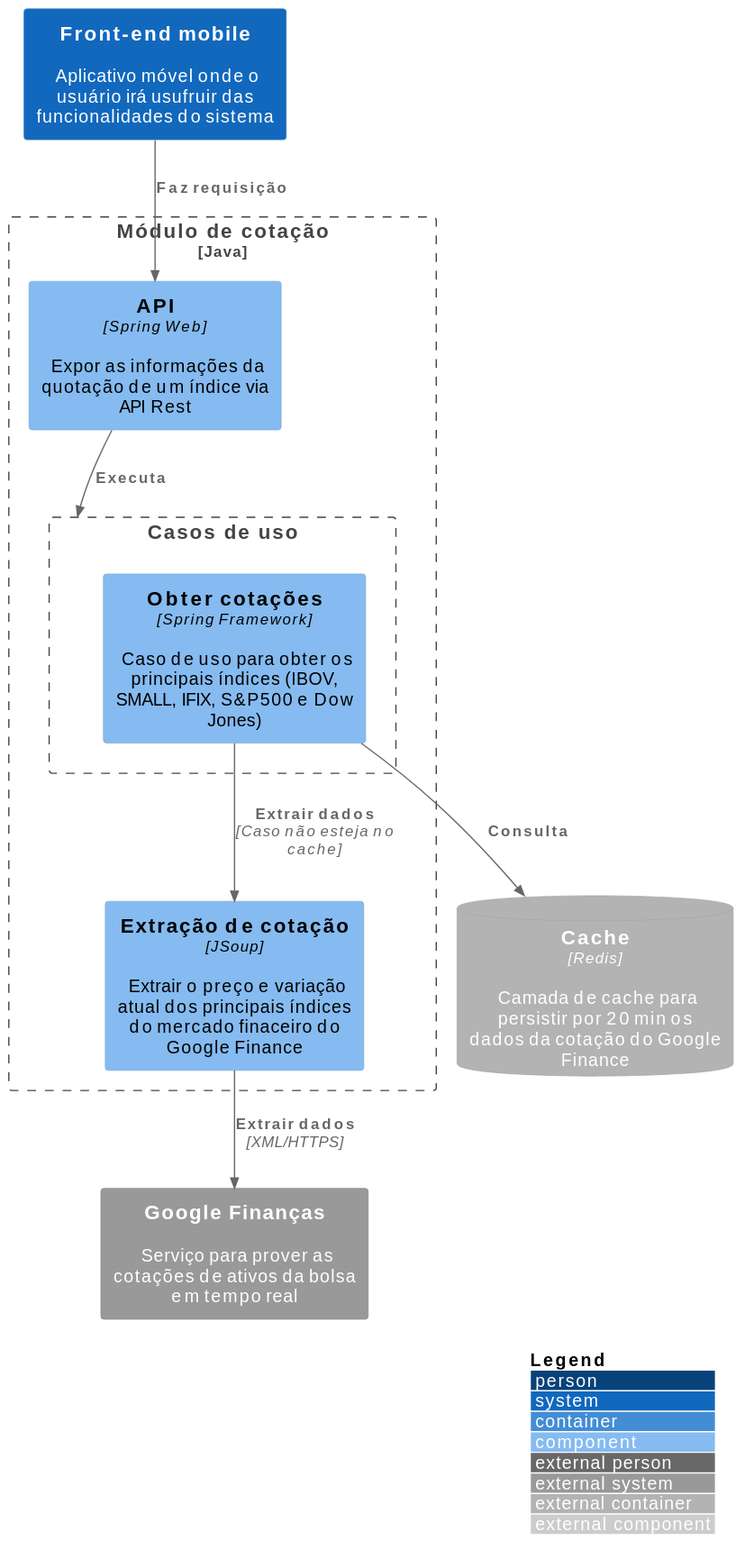
The PlantUML diagram C3 Components/Back-end/Módulo de cotação/Quotation Module.svg in Open-3A/3A-c4-model, before a commit.
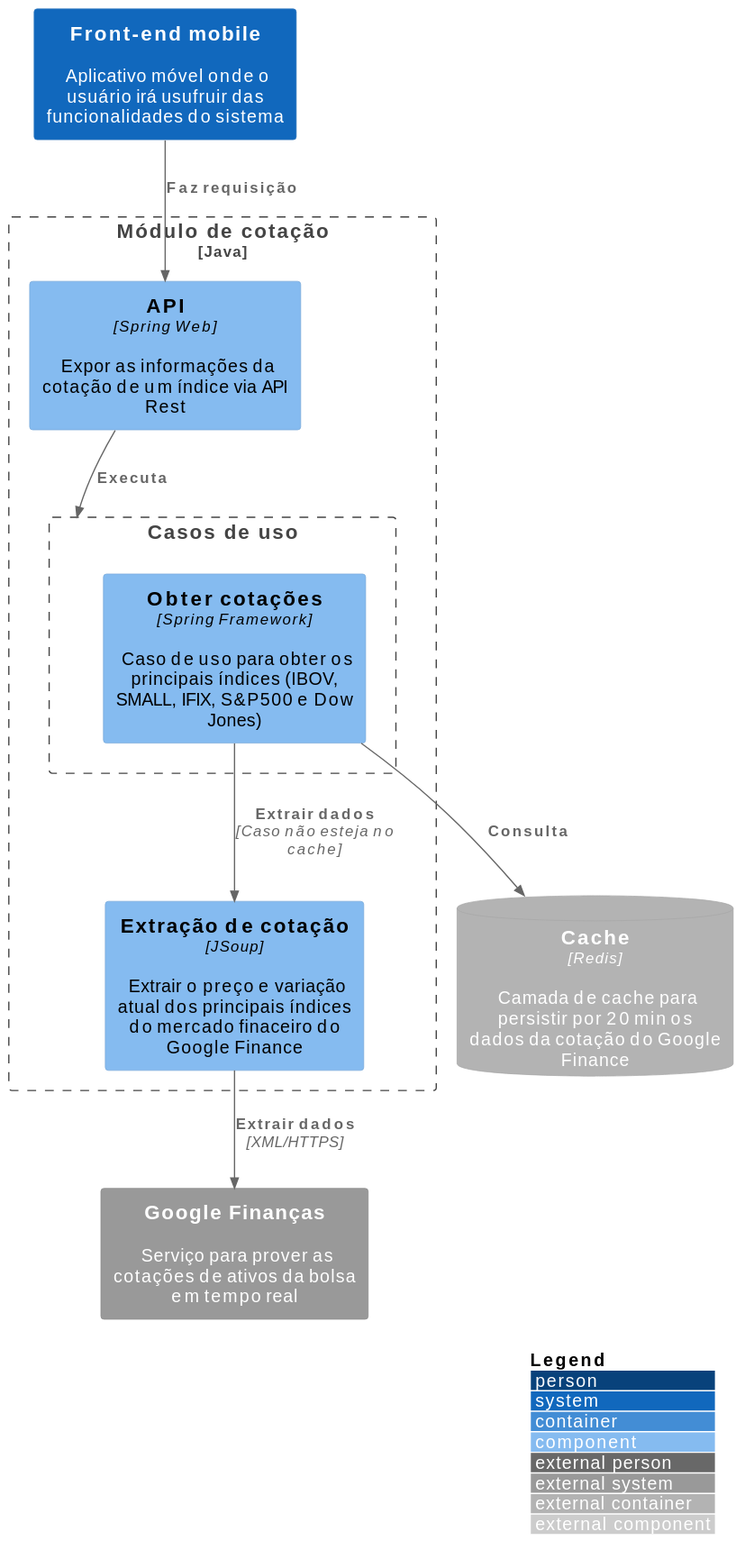
The same file after the commit.

What changed in the source:
```diff
@@ -10,7 +10,7 @@
 
 Boundary(quotation_module, "Módulo de cotação", "Java"){
   Component(quotation_scrapper, "Extração de cotação", "JSoup", "Extrair o preço e variação atual dos principais índices do mercado finaceiro do Google Finance")
-  Component(quotation_api, "API", "Spring Web", "Expor as informações da quotação de um índice via API Rest")
+  Component(quotation_api, "API", "Spring Web", "Expor as informações da cotação de um índice via API Rest")
 
   Boundary(quotation_usescases, "Casos de uso"){
     Component(get_quotations_usecase, "Obter cotações", "Spring Framework", "Caso de uso para obter os principais índices (IBOV, SMALL, IFIX, S&P500 e Dow Jones)")
```
